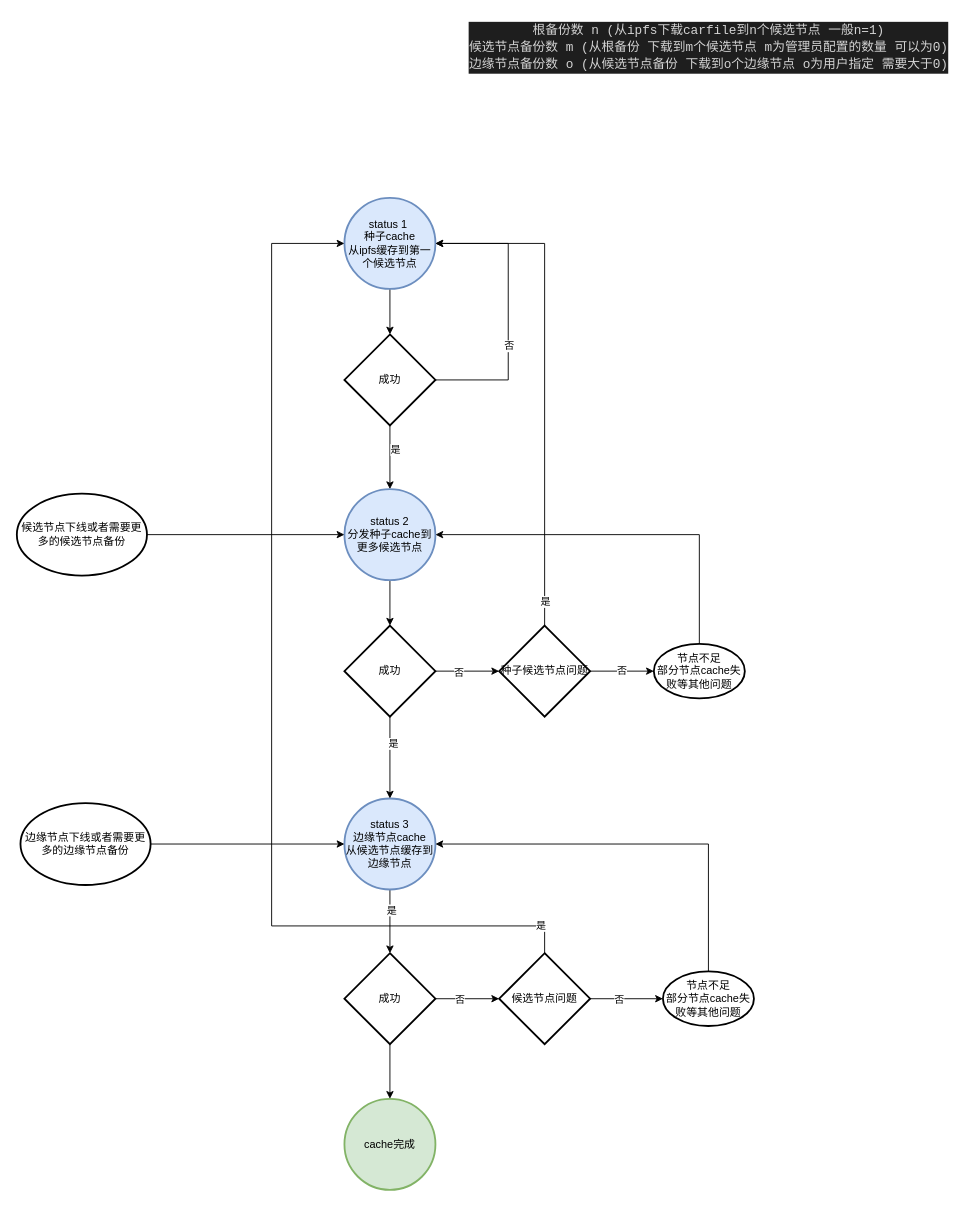
Earlier version of the draw.io diagram cache/未命名绘图.drawio (LMF709268224/titan-drawings). Source tidied: cells renumbered, new cells numbered last; positions are measured from the earlier drawing's top-left corner, leaving out a move shared by most shapes. Both pictures are drawn from the tidied source at 91%, with x=0, y=0 at pixel (16, 15).
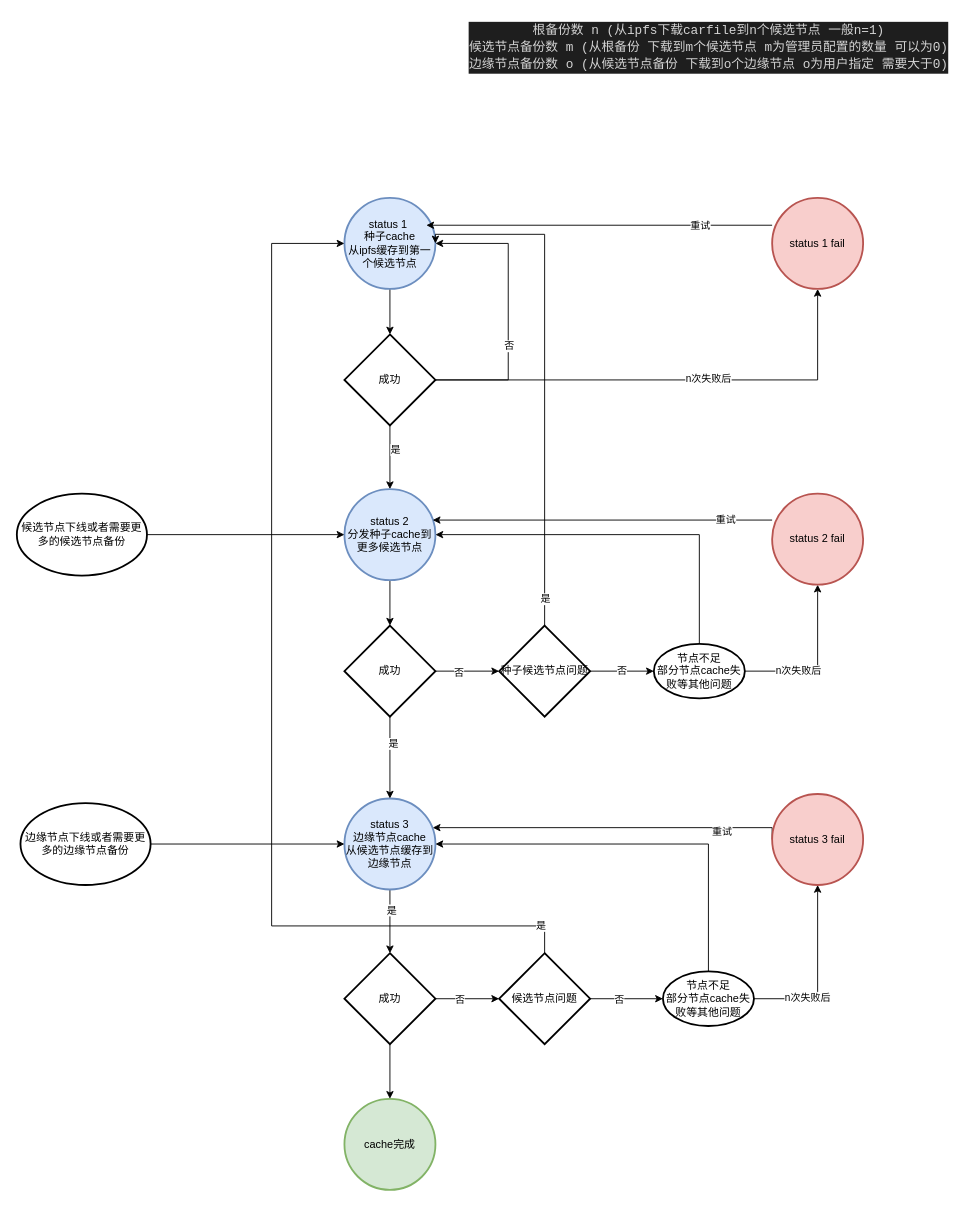
The same diagram, later.

Commit message:
更新未命名绘图.drawio

The change refers to these unchanged cells:
```xml
<mxCell id="4" value="status 1&amp;nbsp;&lt;br&gt;种子cache&lt;br&gt;从ipfs缓存到第一个候选节点" style="strokeWidth=2;html=1;shape=mxgraph.flowchart.start_2;whiteSpace=wrap;fillColor=#dae8fc;strokeColor=#6c8ebf;" parent="1" vertex="1">
  <mxGeometry x="360" y="200" width="100" height="100" as="geometry" />
</mxCell>
<mxCell id="6" value="status 2&lt;br&gt;分发种子cache到更多候选节点" style="strokeWidth=2;html=1;shape=mxgraph.flowchart.start_2;whiteSpace=wrap;fillColor=#dae8fc;strokeColor=#6c8ebf;" parent="1" vertex="1">
  <mxGeometry x="360" y="520" width="100" height="100" as="geometry" />
</mxCell>
<mxCell id="9" value="status 3&lt;br&gt;边缘节点cache&lt;br&gt;从候选节点缓存到边缘节点" style="strokeWidth=2;html=1;shape=mxgraph.flowchart.start_2;whiteSpace=wrap;fillColor=#dae8fc;strokeColor=#6c8ebf;" parent="1" vertex="1">
  <mxGeometry x="360" y="860" width="100" height="100" as="geometry" />
</mxCell>
<mxCell id="14" value="成功" style="strokeWidth=2;html=1;shape=mxgraph.flowchart.decision;whiteSpace=wrap;" parent="1" vertex="1">
  <mxGeometry x="360" y="350" width="100" height="100" as="geometry" />
</mxCell>
<mxCell id="23" value="种子候选节点问题" style="strokeWidth=2;html=1;shape=mxgraph.flowchart.decision;whiteSpace=wrap;" parent="1" vertex="1">
  <mxGeometry x="530" y="670" width="100" height="100" as="geometry" />
</mxCell>
<mxCell id="25" value="节点不足&lt;br&gt;部分节点cache失败等其他问题" style="strokeWidth=2;html=1;shape=mxgraph.flowchart.start_1;whiteSpace=wrap;" parent="1" vertex="1">
  <mxGeometry x="700" y="690" width="100" height="60" as="geometry" />
</mxCell>
<mxCell id="36" value="节点不足&lt;br style=&quot;border-color: var(--border-color);&quot;&gt;部分节点cache失败等其他问题" style="strokeWidth=2;html=1;shape=mxgraph.flowchart.start_1;whiteSpace=wrap;" parent="1" vertex="1">
  <mxGeometry x="710" y="1050" width="100" height="60" as="geometry" />
</mxCell>
```

The edit, as a diff of the source:
```diff
@@
+    <mxCell id="42" style="edgeStyle=orthogonalEdgeStyle;rounded=0;jettySize=auto;html=1;exitX=1;exitY=0.5;exitDx=0;exitDy=0;exitPerimeter=0;entryX=0.5;entryY=1;entryDx=0;entryDy=0;entryPerimeter=0;" parent="1" edge="1" source="14" target="50">
+      <mxGeometry relative="1" as="geometry" />
+    </mxCell>
+    <mxCell id="43" value="n次失败后" style="edgeLabel;html=1;align=center;verticalAlign=middle;" parent="42" vertex="1">
+      <mxGeometry x="0.15" y="2" relative="1" as="geometry" />
+    </mxCell>
@@
     <mxCell id="20" style="edgeStyle=orthogonalEdgeStyle;rounded=0;jettySize=auto;html=1;exitX=0.5;exitY=0;exitDx=0;exitDy=0;exitPerimeter=0;entryX=1;entryY=0.5;entryDx=0;entryDy=0;entryPerimeter=0;" parent="1" edge="1" source="23" target="4">
-      <mxGeometry relative="1" as="geometry" />
+      <mxGeometry relative="1" as="geometry">
+        <Array as="points">
+          <mxPoint x="580" y="240" />
+          <mxPoint x="460" y="240" />
+        </Array>
+      </mxGeometry>
     </mxCell>
@@
+    <mxCell id="44" style="edgeStyle=orthogonalEdgeStyle;rounded=0;jettySize=auto;html=1;exitX=1;exitY=0.5;exitDx=0;exitDy=0;exitPerimeter=0;entryX=0.5;entryY=1;entryDx=0;entryDy=0;entryPerimeter=0;" parent="1" edge="1" source="25" target="53">
+      <mxGeometry relative="1" as="geometry" />
+    </mxCell>
+    <mxCell id="45" value="n次失败后" style="edgeLabel;html=1;align=center;verticalAlign=middle;" parent="44" vertex="1">
+      <mxGeometry x="-0.34" y="1" relative="1" as="geometry" />
+    </mxCell>
@@
+    <mxCell id="46" style="edgeStyle=orthogonalEdgeStyle;rounded=0;jettySize=auto;html=1;exitX=1;exitY=0.5;exitDx=0;exitDy=0;exitPerimeter=0;entryX=0.5;entryY=1;entryDx=0;entryDy=0;entryPerimeter=0;" parent="1" edge="1" source="36" target="56">
+      <mxGeometry relative="1" as="geometry" />
+    </mxCell>
+    <mxCell id="47" value="n次失败后" style="edgeLabel;html=1;align=center;verticalAlign=middle;" parent="46" vertex="1">
+      <mxGeometry x="-0.41" y="2" relative="1" as="geometry" />
+    </mxCell>
@@
+    <mxCell id="48" style="edgeStyle=orthogonalEdgeStyle;rounded=0;jettySize=auto;html=1;entryX=0.9;entryY=0.3;entryDx=0;entryDy=0;entryPerimeter=0;" parent="1" edge="1" source="50" target="4">
+      <mxGeometry relative="1" as="geometry">
+        <Array as="points">
+          <mxPoint x="740" y="230" />
+          <mxPoint x="740" y="230" />
+        </Array>
+      </mxGeometry>
+    </mxCell>
+    <mxCell id="49" value="重试" style="edgeLabel;html=1;align=center;verticalAlign=middle;" parent="48" vertex="1">
+      <mxGeometry x="-0.35" y="4" relative="1" as="geometry">
+        <mxPoint x="44" y="-4" as="offset" />
+      </mxGeometry>
+    </mxCell>
+    <mxCell id="50" value="status 1 fail" style="strokeWidth=2;html=1;shape=mxgraph.flowchart.start_2;whiteSpace=wrap;fillColor=#f8cecc;strokeColor=#b85450;" parent="1" vertex="1">
+      <mxGeometry x="830" y="200" width="100" height="100" as="geometry" />
+    </mxCell>
+    <mxCell id="51" style="edgeStyle=orthogonalEdgeStyle;rounded=0;jettySize=auto;html=1;entryX=0.97;entryY=0.34;entryDx=0;entryDy=0;entryPerimeter=0;" parent="1" edge="1" source="53" target="6">
+      <mxGeometry relative="1" as="geometry">
+        <Array as="points">
+          <mxPoint x="770" y="554" />
+          <mxPoint x="770" y="554" />
+        </Array>
+      </mxGeometry>
+    </mxCell>
+    <mxCell id="52" value="重试" style="edgeLabel;html=1;align=center;verticalAlign=middle;" parent="51" vertex="1">
+      <mxGeometry x="-0.72" y="-1" relative="1" as="geometry" />
+    </mxCell>
+    <mxCell id="53" value="status 2 fail" style="strokeWidth=2;html=1;shape=mxgraph.flowchart.start_2;whiteSpace=wrap;fillColor=#f8cecc;strokeColor=#b85450;" parent="1" vertex="1">
+      <mxGeometry x="830" y="525" width="100" height="100" as="geometry" />
+    </mxCell>
+    <mxCell id="54" style="edgeStyle=orthogonalEdgeStyle;rounded=0;jettySize=auto;html=1;exitX=0;exitY=0.5;exitDx=0;exitDy=0;exitPerimeter=0;entryX=0.97;entryY=0.32;entryDx=0;entryDy=0;entryPerimeter=0;" parent="1" edge="1" source="56" target="9">
+      <mxGeometry relative="1" as="geometry">
+        <Array as="points">
+          <mxPoint x="830" y="892" />
+        </Array>
+      </mxGeometry>
+    </mxCell>
+    <mxCell id="55" value="重试" style="edgeLabel;html=1;align=center;verticalAlign=middle;" parent="54" vertex="1">
+      <mxGeometry x="-0.64" y="4" relative="1" as="geometry" />
+    </mxCell>
+    <mxCell id="56" value="status 3 fail" style="strokeWidth=2;html=1;shape=mxgraph.flowchart.start_2;whiteSpace=wrap;fillColor=#f8cecc;strokeColor=#b85450;" parent="1" vertex="1">
+      <mxGeometry x="830" y="855" width="100" height="100" as="geometry" />
+    </mxCell>
```
